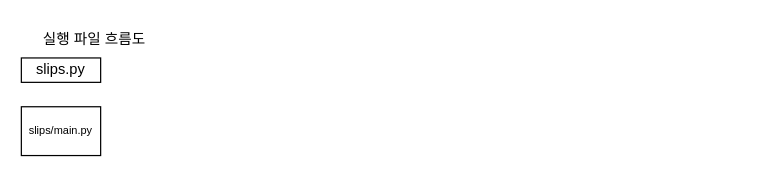
Above: Slips/slips.drawio in NeatyNut/Diagram (draw.io), before the change. Source tidied: cells renumbered, new cells numbered last; positions are measured from the earlier drawing's top-left corner, leaving out a move shared by most shapes. Both pictures are drawn from the tidied source at 122%, with x=0, y=0 at pixel (21, 21).
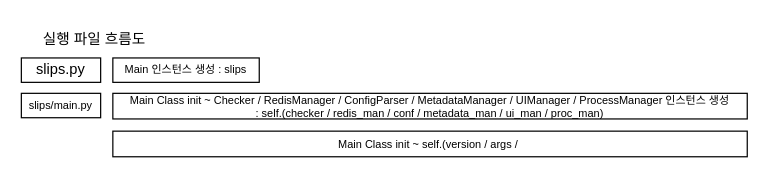
Above is the later version.

What changed in the source:
```diff
@@
 <mxGraphModel>
   <root>
     <mxCell id="0" />
     <mxCell id="1" parent="0" />
     <mxCell id="2" value="실행 파일 흐름도" style="text;html=1;align=center;verticalAlign=middle;whiteSpace=wrap;rounded=0;" parent="1" vertex="1">
       <mxGeometry x="5" width="110" height="30" as="geometry" />
     </mxCell>
     <mxCell id="3" value="slips.py" style="rounded=0;html=1;whiteSpace=wrap;" parent="1" vertex="1">
       <mxGeometry y="30" width="65" height="20" as="geometry" />
     </mxCell>
     <mxCell id="4" value="slips/main.py" style="rounded=0;html=1;whiteSpace=wrap;fontSize=9;" parent="1" vertex="1">
-      <mxGeometry y="70" width="65" height="40" as="geometry" />
+      <mxGeometry y="59" width="65" height="20" as="geometry" />
     </mxCell>
+    <mxCell id="5" value="Main 인스턴스 생성 : slips" style="rounded=0;html=1;whiteSpace=wrap;fontSize=9;" parent="1" vertex="1">
+      <mxGeometry x="75" y="30" width="120" height="20" as="geometry" />
+    </mxCell>
+    <mxCell id="6" value="Main Class init ~ Checker / RedisManager / ConfigParser / MetadataManager / UIManager / ProcessManager 인스턴스 생성&lt;div&gt;: self.(checker / redis_man / conf / metadata_man / ui_man / proc_man)&lt;/div&gt;" style="rounded=0;html=1;whiteSpace=wrap;fontSize=9;" parent="1" vertex="1">
+      <mxGeometry x="75" y="59" width="520" height="21" as="geometry" />
+    </mxCell>
+    <mxCell id="7" value="Main Class init ~ self.(version / args /&amp;nbsp;" style="rounded=0;html=1;whiteSpace=wrap;fontSize=9;" parent="1" vertex="1">
+      <mxGeometry x="75" y="90" width="520" height="21" as="geometry" />
+    </mxCell>
   </root>
 </mxGraphModel>
```
